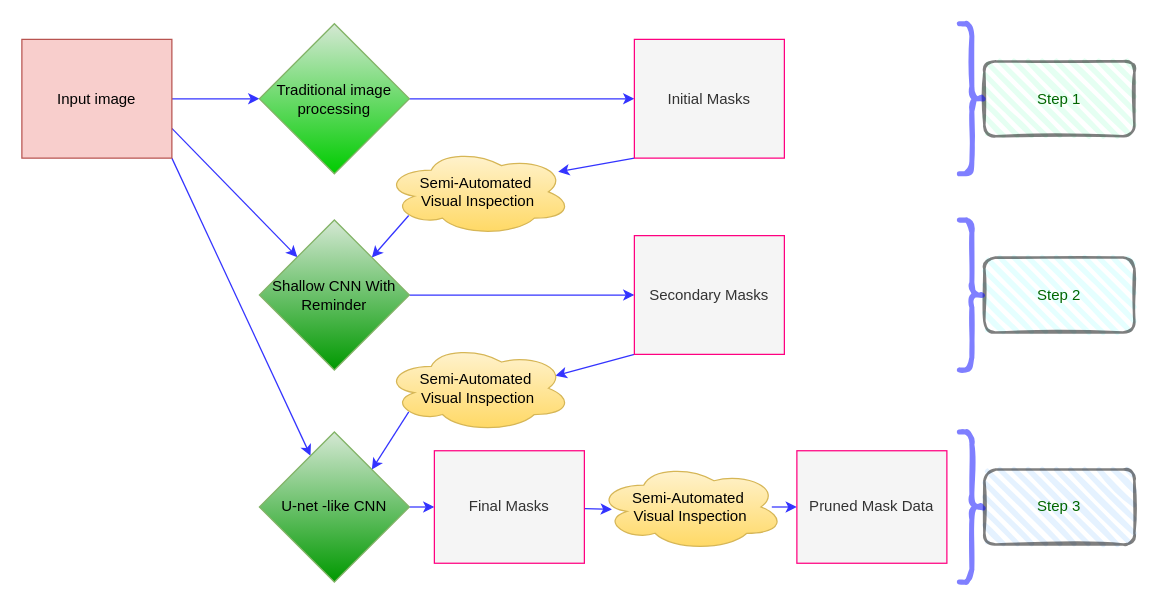
Before: steps.drawio in farzin23i/Neural-Network-Architecture-Diagrams, a draw.io diagram. Source tidied: cells renumbered, new cells numbered last; positions are measured from the earlier drawing's top-left corner, leaving out a move shared by most shapes. Both pictures are drawn from the tidied source at 125%, with x=0, y=0 at pixel (21, 24).
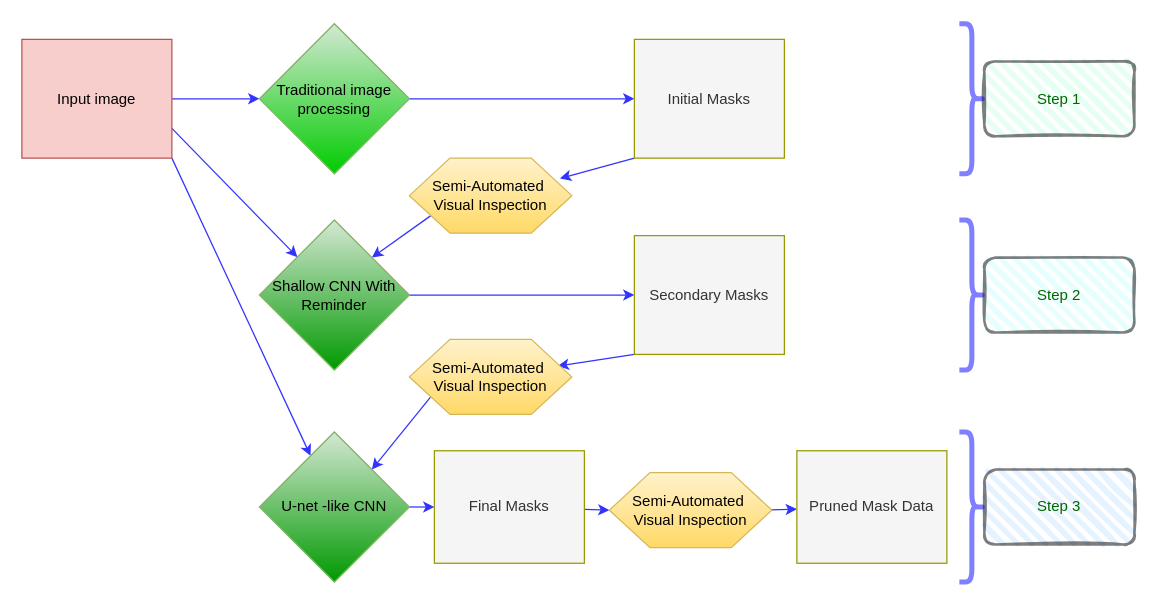
Above is the later version.

Diff of the diagram source:
```diff
@@
-    <mxCell id="9" value="Initial Masks" style="whiteSpace=wrap;html=1;rounded=1;arcSize=0;fillColor=#f5f5f5;fontColor=#333333;strokeColor=#FF0080;" parent="1" vertex="1">
+    <mxCell id="9" value="Initial Masks" style="whiteSpace=wrap;html=1;rounded=1;arcSize=0;fillColor=#f5f5f5;fontColor=#333333;strokeColor=#999900;" parent="1" vertex="1">
       <mxGeometry x="490" y="12" width="120" height="95" as="geometry" />
     </mxCell>
@@
-    <mxCell id="11" value="Semi-Automated&amp;nbsp;&lt;br&gt;Visual Inspection" style="ellipse;shape=cloud;whiteSpace=wrap;html=1;rounded=1;arcSize=0;fillColor=#fff2cc;strokeColor=#d6b656;gradientColor=#ffd966;" parent="1" vertex="1">
-      <mxGeometry x="290" y="99" width="150" height="70" as="geometry" />
+    <mxCell id="11" value="Semi-Automated&amp;nbsp;&lt;br&gt;Visual Inspection" style="ellipse;shape=hexagon;whiteSpace=wrap;html=1;rounded=1;arcSize=0;fillColor=#fff2cc;strokeColor=#d6b656;gradientColor=#ffd966;" parent="1" vertex="1">
+      <mxGeometry x="310" y="107" width="130" height="60" as="geometry" />
     </mxCell>
@@
-    <mxCell id="15" value="Secondary Masks" style="whiteSpace=wrap;html=1;rounded=1;arcSize=0;fillColor=#f5f5f5;fontColor=#333333;strokeColor=#FF0080;" parent="1" vertex="1">
+    <mxCell id="15" value="Secondary Masks" style="whiteSpace=wrap;html=1;rounded=1;arcSize=0;fillColor=#f5f5f5;fontColor=#333333;strokeColor=#999900;" parent="1" vertex="1">
       <mxGeometry x="490" y="169" width="120" height="95" as="geometry" />
     </mxCell>
@@
-    <mxCell id="17" value="Semi-Automated&amp;nbsp;&lt;br&gt;Visual Inspection" style="ellipse;shape=cloud;whiteSpace=wrap;html=1;rounded=1;arcSize=0;fillColor=#fff2cc;strokeColor=#d6b656;gradientColor=#ffd966;" parent="1" vertex="1">
-      <mxGeometry x="290" y="256.1" width="150" height="70" as="geometry" />
+    <mxCell id="17" value="Semi-Automated&amp;nbsp;&lt;br&gt;Visual Inspection" style="ellipse;shape=hexagon;whiteSpace=wrap;html=1;rounded=1;arcSize=0;fillColor=#fff2cc;strokeColor=#d6b656;gradientColor=#ffd966;" parent="1" vertex="1">
+      <mxGeometry x="310" y="252" width="130" height="60" as="geometry" />
     </mxCell>
@@
-    <mxCell id="20" style="edgeStyle=none;rounded=0;jettySize=auto;html=1;fillColor=#dae8fc;strokeColor=#3333FF;entryX=0.08;entryY=0.527;entryDx=0;entryDy=0;entryPerimeter=0;" parent="1" edge="1" source="21" target="23">
+    <mxCell id="20" style="edgeStyle=none;rounded=0;jettySize=auto;html=1;fillColor=#dae8fc;strokeColor=#3333FF;entryX=0;entryY=0.5;entryDx=0;entryDy=0;" parent="1" edge="1" source="21" target="23">
       <mxGeometry relative="1" as="geometry" />
     </mxCell>
-    <mxCell id="21" value="Final Masks" style="whiteSpace=wrap;html=1;rounded=1;arcSize=0;fillColor=#f5f5f5;fontColor=#333333;strokeColor=#FF0080;" parent="1" vertex="1">
+    <mxCell id="21" value="Final Masks" style="whiteSpace=wrap;html=1;rounded=1;arcSize=0;fillColor=#f5f5f5;fontColor=#333333;strokeColor=#999900;" parent="1" vertex="1">
       <mxGeometry x="330" y="341.1" width="120" height="90" as="geometry" />
     </mxCell>
@@
-    <mxCell id="23" value="Semi-Automated&amp;nbsp;&lt;br&gt;Visual Inspection" style="ellipse;shape=cloud;whiteSpace=wrap;html=1;rounded=1;arcSize=0;fillColor=#fff2cc;strokeColor=#d6b656;gradientColor=#ffd966;" parent="1" vertex="1">
-      <mxGeometry x="460" y="351.1" width="150" height="70" as="geometry" />
+    <mxCell id="23" value="Semi-Automated&amp;nbsp;&lt;br&gt;Visual Inspection" style="ellipse;shape=hexagon;whiteSpace=wrap;html=1;rounded=1;arcSize=0;fillColor=#fff2cc;strokeColor=#d6b656;gradientColor=#ffd966;" parent="1" vertex="1">
+      <mxGeometry x="470" y="358.6" width="130" height="60" as="geometry" />
     </mxCell>
-    <mxCell id="24" value="Pruned Mask Data" style="whiteSpace=wrap;html=1;rounded=1;arcSize=0;fillColor=#f5f5f5;fontColor=#333333;strokeColor=#FF0080;" parent="1" vertex="1">
+    <mxCell id="24" value="Pruned Mask Data" style="whiteSpace=wrap;html=1;rounded=1;arcSize=0;fillColor=#f5f5f5;fontColor=#333333;strokeColor=#999900;" parent="1" vertex="1">
       <mxGeometry x="620" y="341.1" width="120" height="90" as="geometry" />
     </mxCell>
@@
-    <mxCell id="28" style="shape=curlyBracket;whiteSpace=wrap;html=1;rounded=1;flipH=1;shadow=0;glass=0;sketch=1;fontColor=#006600;strokeColor=#0000FF;fillColor=#0000CC;gradientColor=none;opacity=50;strokeWidth=4;" parent="1" vertex="1">
+    <mxCell id="28" style="shape=curlyBracket;whiteSpace=wrap;html=1;rounded=1;flipH=1;shadow=0;glass=0;sketch=0;fontColor=#006600;strokeColor=#0000FF;fillColor=#0000CC;gradientColor=none;opacity=50;strokeWidth=4;" parent="1" vertex="1">
       <mxGeometry x="750" y="-0.5" width="20" height="120" as="geometry" />
     </mxCell>
-    <mxCell id="29" style="shape=curlyBracket;whiteSpace=wrap;html=1;rounded=1;flipH=1;shadow=0;glass=0;sketch=1;fontColor=#006600;strokeColor=#0000FF;fillColor=#0000CC;gradientColor=none;opacity=50;strokeWidth=4;" parent="1" vertex="1">
+    <mxCell id="29" style="shape=curlyBracket;whiteSpace=wrap;html=1;rounded=1;flipH=1;shadow=0;glass=0;sketch=0;fontColor=#006600;strokeColor=#0000FF;fillColor=#0000CC;gradientColor=none;opacity=50;strokeWidth=4;" parent="1" vertex="1">
       <mxGeometry x="750" y="156.5" width="20" height="120" as="geometry" />
     </mxCell>
-    <mxCell id="30" style="shape=curlyBracket;whiteSpace=wrap;html=1;rounded=1;flipH=1;shadow=0;glass=0;sketch=1;fontColor=#006600;strokeColor=#0000FF;fillColor=#0000CC;gradientColor=none;opacity=50;strokeWidth=4;" parent="1" vertex="1">
+    <mxCell id="30" style="shape=curlyBracket;whiteSpace=wrap;html=1;rounded=1;flipH=1;shadow=0;glass=0;sketch=0;fontColor=#006600;strokeColor=#0000FF;fillColor=#0000CC;gradientColor=none;opacity=50;strokeWidth=4;" parent="1" vertex="1">
       <mxGeometry x="750" y="326.1" width="20" height="120" as="geometry" />
     </mxCell>
```
